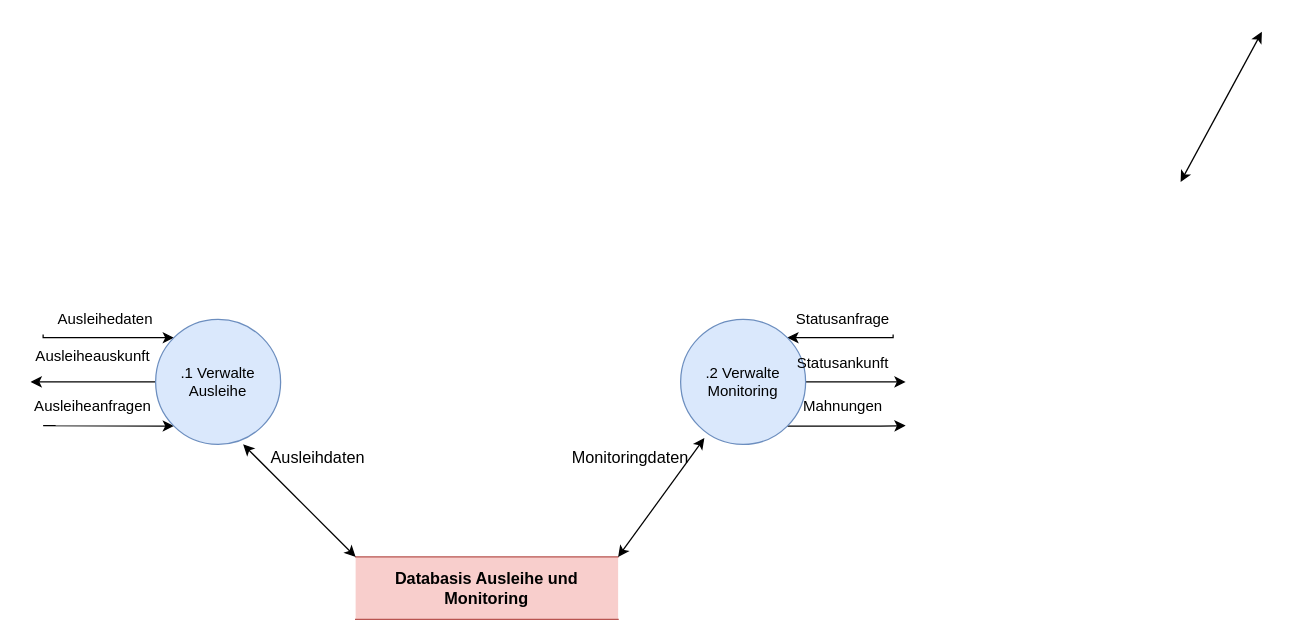
This is 2_Ontologies/Strukturierte Analyse/DFDs/Level1/DFD_1_Verwalte_Ausleihen_Monitoring.drawio from mostermann96/SWT2, a draw.io file, before an edit. Source tidied: cells renumbered, new cells numbered last; positions are measured from the earlier drawing's top-left corner, leaving out a move shared by most shapes. Both pictures are drawn from the tidied source at 125%, with x=0, y=0 at pixel (30, 31).
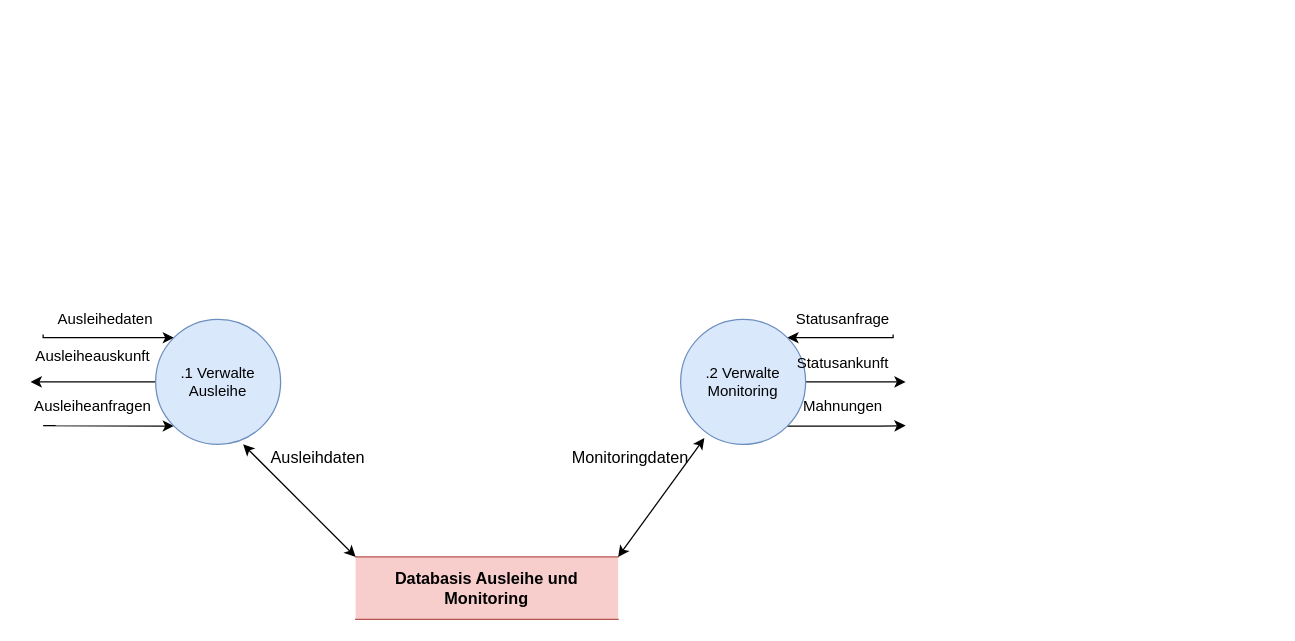
After the change.

Commit message:
Clean DFD_1_Ausleihen

The edit, as a diff of the source:
```diff
@@
-    <mxCell id="17" style="endArrow=classic;startArrow=classic;html=1;exitX=1;exitY=0;exitDx=0;exitDy=0;" parent="1" edge="1">
-      <mxGeometry relative="1" as="geometry">
-        <mxPoint x="920" y="120" as="sourcePoint" />
-        <mxPoint x="985" as="targetPoint" />
-      </mxGeometry>
-    </mxCell>
```
